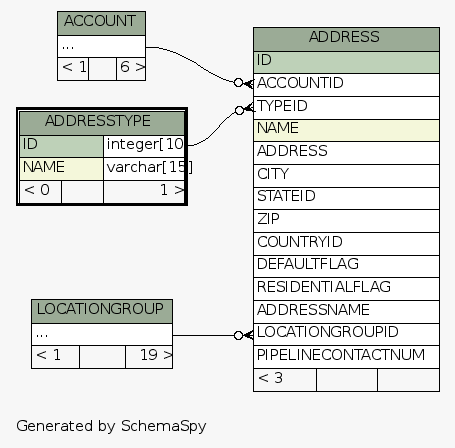
ilopez/FishbowlDataDictionary keeps this Graphviz diagram as dictionary/Fishbowl2013.5/diagrams/ADDRESSTYPE.2degrees.png. Above is the earlier version. Its source is kept beside it as dictionary/Fishbowl2013.5/diagrams/ADDRESSTYPE.2degrees.dot.
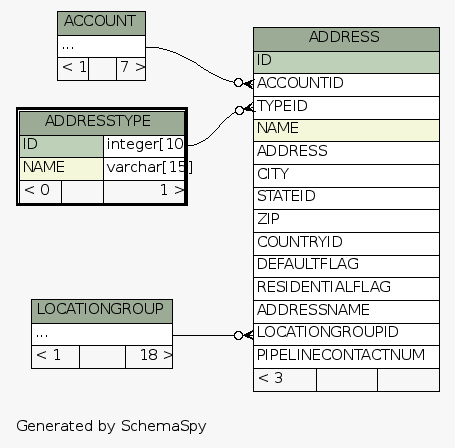
After the commit.

Diff of the diagram source:
```diff
@@ -25,7 +25,7 @@
     <TABLE BORDER="0" CELLBORDER="1" CELLSPACING="0" BGCOLOR="#ffffff">
       <TR><TD COLSPAN="3" BGCOLOR="#9bab96" ALIGN="CENTER">ACCOUNT</TD></TR>
       <TR><TD PORT="elipses" COLSPAN="3" ALIGN="LEFT">...</TD></TR>
-      <TR><TD ALIGN="LEFT" BGCOLOR="#f7f7f7">&lt; 1</TD><TD ALIGN="RIGHT" BGCOLOR="#f7f7f7">  </TD><TD ALIGN="RIGHT" BGCOLOR="#f7f7f7">6 &gt;</TD></TR>
+      <TR><TD ALIGN="LEFT" BGCOLOR="#f7f7f7">&lt; 1</TD><TD ALIGN="RIGHT" BGCOLOR="#f7f7f7">  </TD><TD ALIGN="RIGHT" BGCOLOR="#f7f7f7">7 &gt;</TD></TR>
     </TABLE>>
     URL="ACCOUNT.html"
     tooltip="ACCOUNT"
@@ -69,7 +69,7 @@
     <TABLE BORDER="0" CELLBORDER="1" CELLSPACING="0" BGCOLOR="#ffffff">
       <TR><TD COLSPAN="3" BGCOLOR="#9bab96" ALIGN="CENTER">LOCATIONGROUP</TD></TR>
       <TR><TD PORT="elipses" COLSPAN="3" ALIGN="LEFT">...</TD></TR>
-      <TR><TD ALIGN="LEFT" BGCOLOR="#f7f7f7">&lt; 1</TD><TD ALIGN="RIGHT" BGCOLOR="#f7f7f7">  </TD><TD ALIGN="RIGHT" BGCOLOR="#f7f7f7">19 &gt;</TD></TR>
+      <TR><TD ALIGN="LEFT" BGCOLOR="#f7f7f7">&lt; 1</TD><TD ALIGN="RIGHT" BGCOLOR="#f7f7f7">  </TD><TD ALIGN="RIGHT" BGCOLOR="#f7f7f7">18 &gt;</TD></TR>
     </TABLE>>
     URL="LOCATIONGROUP.html"
     tooltip="LOCATIONGROUP"
```
